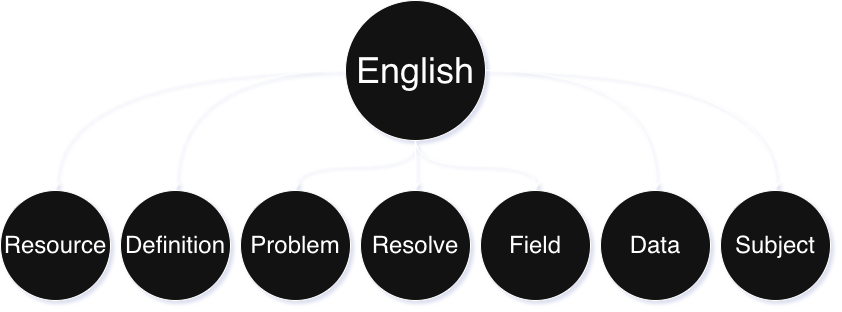
Above: design/general.png in kashanimorteza/english_document (draw.io), before the change. Source tidied: cells renumbered, new cells last; positions are measured from the earlier drawing's top-left corner, leaving out a move shared by most shapes.
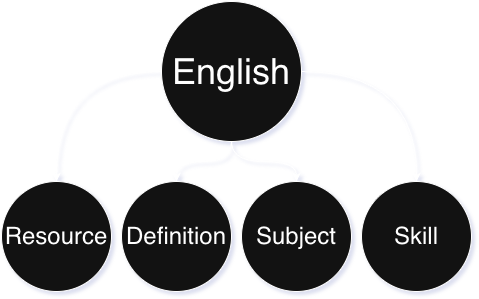
After the change.

The edit, as a diff of the source:
```diff
@@ -11,41 +11,23 @@
     <mxCell id="4" style="edgeStyle=orthogonalEdgeStyle;rounded=0;jettySize=auto;html=1;curved=1;" parent="1" edge="1" source="9" target="12">
       <mxGeometry relative="1" as="geometry" />
     </mxCell>
-    <mxCell id="5" style="edgeStyle=orthogonalEdgeStyle;rounded=0;jettySize=auto;html=1;curved=1;" parent="1" edge="1" source="9" target="13">
-      <mxGeometry relative="1" as="geometry" />
-    </mxCell>
-    <mxCell id="6" style="edgeStyle=orthogonalEdgeStyle;rounded=0;jettySize=auto;html=1;strokeColor=default;align=center;verticalAlign=middle;fontFamily=Helvetica;fontSize=11;fontColor=default;labelBackgroundColor=default;endArrow=classic;curved=1;" parent="1" edge="1" source="9" target="14">
-      <mxGeometry relative="1" as="geometry" />
-    </mxCell>
     <mxCell id="7" style="edgeStyle=orthogonalEdgeStyle;rounded=0;jettySize=auto;html=1;strokeColor=default;align=center;verticalAlign=middle;fontFamily=Helvetica;fontSize=11;fontColor=default;labelBackgroundColor=default;endArrow=classic;curved=1;" parent="1" edge="1" source="9" target="15">
       <mxGeometry relative="1" as="geometry" />
     </mxCell>
-    <mxCell id="8" style="edgeStyle=orthogonalEdgeStyle;rounded=0;jettySize=auto;html=1;strokeColor=default;align=center;verticalAlign=middle;fontFamily=Helvetica;fontSize=11;fontColor=default;labelBackgroundColor=default;endArrow=classic;curved=1;" parent="1" edge="1" source="9" target="16">
-      <mxGeometry relative="1" as="geometry" />
-    </mxCell>
     <mxCell id="9" value="&lt;font style=&quot;font-size: 36px;&quot;&gt;English&lt;/font&gt;" style="ellipse;whiteSpace=wrap;html=1;" parent="1" vertex="1">
-      <mxGeometry x="345" width="140" height="140" as="geometry" />
+      <mxGeometry x="160" y="10" width="140" height="140" as="geometry" />
     </mxCell>
-    <mxCell id="10" value="Problem" style="ellipse;whiteSpace=wrap;html=1;fontSize=24;" parent="1" vertex="1">
+    <mxCell id="10" value="Subject" style="ellipse;whiteSpace=wrap;html=1;fontSize=24;" parent="1" vertex="1">
       <mxGeometry x="240" y="190" width="110" height="110" as="geometry" />
     </mxCell>
-    <mxCell id="11" value="Resolve" style="ellipse;whiteSpace=wrap;html=1;fontSize=24;" parent="1" vertex="1">
+    <mxCell id="11" value="Skill" style="ellipse;whiteSpace=wrap;html=1;fontSize=24;" parent="1" vertex="1">
       <mxGeometry x="360" y="190" width="110" height="110" as="geometry" />
     </mxCell>
     <mxCell id="12" value="Definition" style="ellipse;whiteSpace=wrap;html=1;fontSize=24;" parent="1" vertex="1">
       <mxGeometry x="120" y="190" width="110" height="110" as="geometry" />
     </mxCell>
-    <mxCell id="13" value="Field" style="ellipse;whiteSpace=wrap;html=1;fontSize=24;" parent="1" vertex="1">
-      <mxGeometry x="480" y="190" width="110" height="110" as="geometry" />
-    </mxCell>
-    <mxCell id="14" value="&lt;span style=&quot;font-size: 24px;&quot;&gt;Data&lt;/span&gt;" style="ellipse;whiteSpace=wrap;html=1;strokeColor=default;align=center;verticalAlign=middle;fontFamily=Helvetica;fontSize=24;fontColor=default;fillColor=default;" parent="1" vertex="1">
-      <mxGeometry x="600" y="190" width="110" height="110" as="geometry" />
-    </mxCell>
     <mxCell id="15" value="Resource" style="ellipse;whiteSpace=wrap;html=1;strokeColor=default;align=center;verticalAlign=middle;fontFamily=Helvetica;fontSize=24;fontColor=default;fillColor=default;" parent="1" vertex="1">
       <mxGeometry y="190" width="110" height="110" as="geometry" />
     </mxCell>
-    <mxCell id="16" value="&lt;span style=&quot;font-size: 24px;&quot;&gt;Subject&lt;/span&gt;" style="ellipse;whiteSpace=wrap;html=1;" parent="1" vertex="1">
-      <mxGeometry x="720" y="190" width="110" height="110" as="geometry" />
-    </mxCell>
   </root>
 </mxGraphModel>
```
